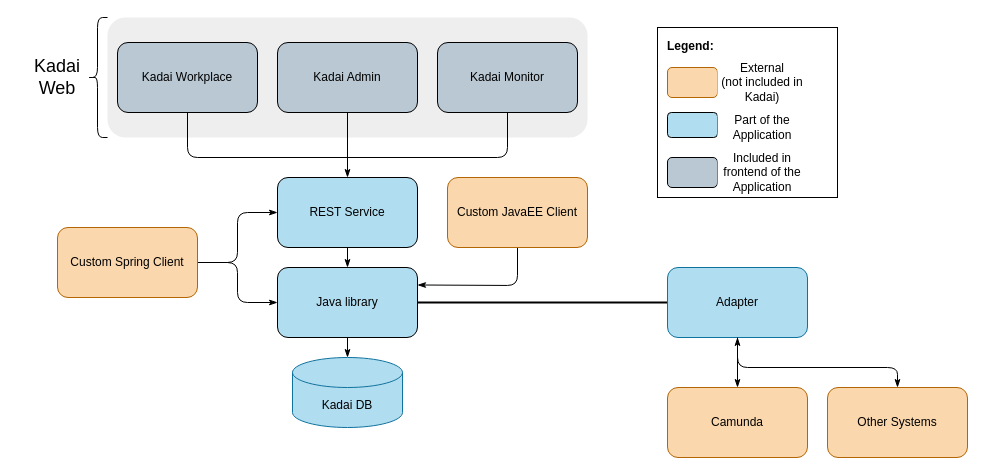
Above: new-doc-structure/first-example/docs/user-guide/core-concepts/architecture.drawio in ryzheboka/taskana-doc (draw.io), before the change. Source tidied: cells renumbered, new cells numbered last; positions are measured from the earlier drawing's top-left corner, leaving out a move shared by most shapes. Both pictures are drawn from the tidied source at 100%, with x=0, y=0 at pixel (17, 17).
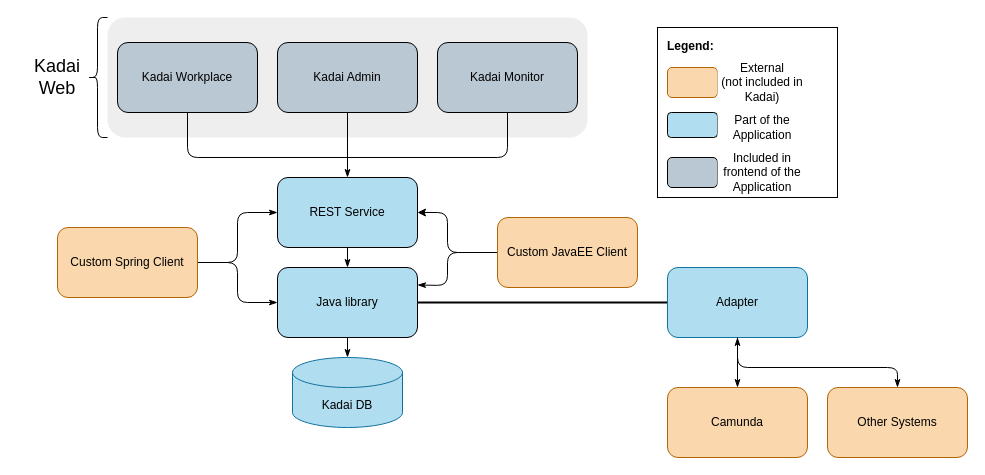
Above is the later version.

The change refers to these unchanged cells:
```xml
<mxCell id="6" value="Java library" style="rounded=1;whiteSpace=wrap;html=1;fillColor=#b1ddf0;strokeColor=default;" parent="1" vertex="1">
  <mxGeometry x="260" y="250" width="140" height="70" as="geometry" />
</mxCell>
<mxCell id="13" value="REST Service" style="rounded=1;whiteSpace=wrap;html=1;fillColor=#b1ddf0;strokeColor=default;" parent="1" vertex="1">
  <mxGeometry x="260" y="160" width="140" height="70" as="geometry" />
</mxCell>
```

The edit, as a diff of the source:
```diff
@@
-    <mxCell id="14" style="edgeStyle=none;html=1;exitX=0.5;exitY=1;exitDx=0;exitDy=0;entryX=1;entryY=0.25;entryDx=0;entryDy=0;startArrow=none;startFill=0;endArrow=classicThin;endFill=1;" parent="1" edge="1" source="15" target="6">
+    <mxCell id="14" style="edgeStyle=none;html=1;exitX=0;exitY=0.5;exitDx=0;exitDy=0;entryX=1;entryY=0.25;entryDx=0;entryDy=0;startArrow=none;startFill=0;endArrow=classicThin;endFill=1;" parent="1" edge="1" source="15" target="6">
       <mxGeometry relative="1" as="geometry">
         <Array as="points">
-          <mxPoint x="500" y="268" />
+          <mxPoint x="430" y="235" />
+          <mxPoint x="430" y="268" />
         </Array>
       </mxGeometry>
     </mxCell>
+    <mxCell id="34" style="edgeStyle=none;html=1;exitX=0;exitY=0.5;exitDx=0;exitDy=0;entryX=1;entryY=0.5;entryDx=0;entryDy=0;" parent="1" edge="1" source="15" target="13">
+      <mxGeometry relative="1" as="geometry">
+        <Array as="points">
+          <mxPoint x="430" y="235" />
+          <mxPoint x="430" y="195" />
+        </Array>
+      </mxGeometry>
+    </mxCell>
     <mxCell id="15" value="Custom JavaEE Client" style="rounded=1;whiteSpace=wrap;html=1;fillColor=#fad7ac;strokeColor=#b46504;" parent="1" vertex="1">
-      <mxGeometry x="430" y="160" width="140" height="70" as="geometry" />
+      <mxGeometry x="480" y="200" width="140" height="70" as="geometry" />
     </mxCell>
```
